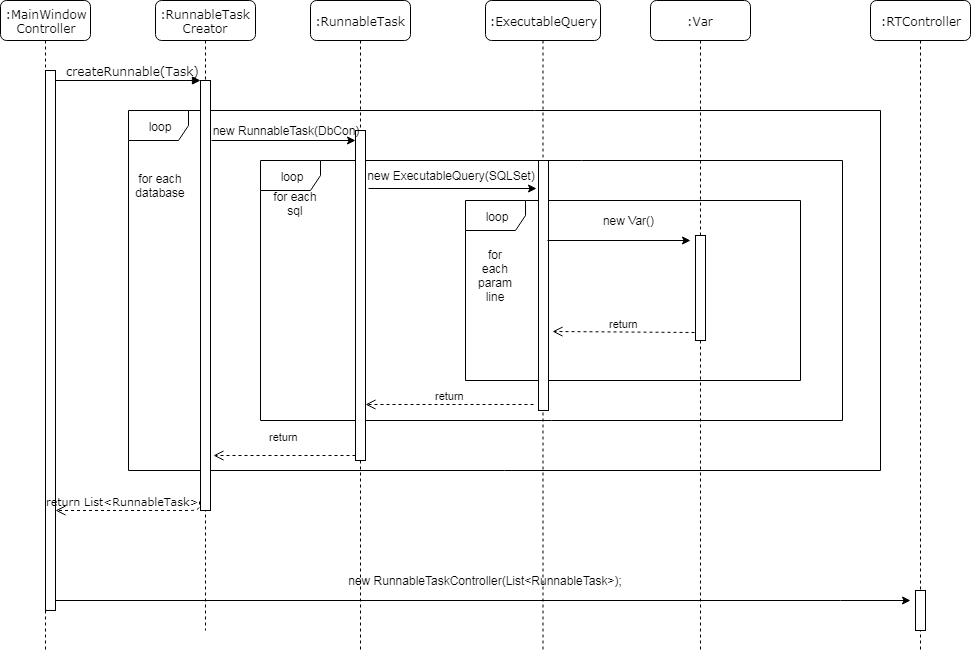
Before: docs/Figures/rtprocess.png, a diagram exported from draw.io (LukasHanusek/db-stress-test). Source tidied: cells renumbered, new cells last; positions are measured from the earlier drawing's top-left corner, leaving out a move shared by most shapes. Source of this version:
```xml
<mxGraphModel background="#ffffff">
  <root>
    <mxCell id="0" />
    <mxCell id="1" parent="0" />
    <mxCell id="2" value="loop" style="shape=umlFrame;whiteSpace=wrap;html=1;" parent="1" vertex="1">
      <mxGeometry x="128" y="110" width="752" height="360" as="geometry" />
    </mxCell>
    <mxCell id="3" value="loop" style="shape=umlFrame;whiteSpace=wrap;html=1;" parent="1" vertex="1">
      <mxGeometry x="260" y="160" width="582" height="260" as="geometry" />
    </mxCell>
    <mxCell id="4" value=":RunnableTask&lt;br&gt;Creator&lt;br&gt;" style="shape=umlLifeline;perimeter=lifelinePerimeter;whiteSpace=wrap;html=1;rounded=1;shadow=0;comic=0;labelBackgroundColor=none;strokeColor=#000000;strokeWidth=1;fillColor=#FFFFFF;fontFamily=Verdana;fontSize=12;fontColor=#000000;align=center;" parent="1" vertex="1">
      <mxGeometry x="155" width="100" height="630" as="geometry" />
    </mxCell>
    <mxCell id="5" style="html=1;points=[];perimeter=orthogonalPerimeter;rounded=0;shadow=0;comic=0;labelBackgroundColor=none;strokeColor=#000000;strokeWidth=1;fillColor=#FFFFFF;fontFamily=Verdana;fontSize=12;fontColor=#000000;align=center;" parent="4" vertex="1">
      <mxGeometry x="45" y="80" width="10" height="430" as="geometry" />
    </mxCell>
    <mxCell id="6" value=":RTController" style="shape=umlLifeline;perimeter=lifelinePerimeter;whiteSpace=wrap;html=1;rounded=1;shadow=0;comic=0;labelBackgroundColor=none;strokeColor=#000000;strokeWidth=1;fillColor=#FFFFFF;fontFamily=Verdana;fontSize=12;fontColor=#000000;align=center;" parent="1" vertex="1">
      <mxGeometry x="870" width="100" height="680" as="geometry" />
    </mxCell>
    <mxCell id="7" value=":RunnableTask" style="shape=umlLifeline;perimeter=lifelinePerimeter;whiteSpace=wrap;html=1;rounded=1;shadow=0;comic=0;labelBackgroundColor=none;strokeColor=#000000;strokeWidth=1;fillColor=#FFFFFF;fontFamily=Verdana;fontSize=12;fontColor=#000000;align=center;" parent="1" vertex="1">
      <mxGeometry x="310" width="100" height="650" as="geometry" />
    </mxCell>
    <mxCell id="8" style="html=1;points=[];perimeter=orthogonalPerimeter;rounded=0;shadow=0;comic=0;labelBackgroundColor=none;strokeColor=#000000;strokeWidth=1;fillColor=#FFFFFF;fontFamily=Verdana;fontSize=12;fontColor=#000000;align=center;" parent="7" vertex="1">
      <mxGeometry x="45" y="130" width="10" height="330" as="geometry" />
    </mxCell>
    <mxCell id="9" value=":ExecutableQuery" style="shape=umlLifeline;perimeter=lifelinePerimeter;whiteSpace=wrap;html=1;rounded=1;shadow=0;comic=0;labelBackgroundColor=none;strokeColor=#000000;strokeWidth=1;fillColor=#FFFFFF;fontFamily=Verdana;fontSize=12;fontColor=#000000;align=center;" parent="1" vertex="1">
      <mxGeometry x="485" width="115" height="660" as="geometry" />
    </mxCell>
    <mxCell id="10" value="loop" style="shape=umlFrame;whiteSpace=wrap;html=1;" parent="9" vertex="1">
      <mxGeometry x="-20" y="200" width="335" height="180" as="geometry" />
    </mxCell>
    <mxCell id="11" style="html=1;points=[];perimeter=orthogonalPerimeter;rounded=0;shadow=0;comic=0;labelBackgroundColor=none;strokeColor=#000000;strokeWidth=1;fillColor=#FFFFFF;fontFamily=Verdana;fontSize=12;fontColor=#000000;align=center;" parent="9" vertex="1">
      <mxGeometry x="53" y="160" width="10" height="250" as="geometry" />
    </mxCell>
    <mxCell id="12" value="for each param line" style="text;html=1;strokeColor=none;fillColor=none;align=center;verticalAlign=middle;whiteSpace=wrap;rounded=0;" parent="9" vertex="1">
      <mxGeometry x="-10" y="265" width="40" height="20" as="geometry" />
    </mxCell>
    <mxCell id="13" value="new Var()" style="text;html=1;strokeColor=none;fillColor=none;align=center;verticalAlign=middle;whiteSpace=wrap;rounded=0;" parent="9" vertex="1">
      <mxGeometry x="95" y="210" width="95" height="20" as="geometry" />
    </mxCell>
    <mxCell id="14" value=":MainWindow&lt;br&gt;Controller" style="shape=umlLifeline;perimeter=lifelinePerimeter;whiteSpace=wrap;html=1;rounded=1;shadow=0;comic=0;labelBackgroundColor=none;strokeColor=#000000;strokeWidth=1;fillColor=#FFFFFF;fontFamily=Verdana;fontSize=12;fontColor=#000000;align=center;" parent="1" vertex="1">
      <mxGeometry width="90" height="690" as="geometry" />
    </mxCell>
    <mxCell id="15" style="html=1;points=[];perimeter=orthogonalPerimeter;rounded=0;shadow=0;comic=0;labelBackgroundColor=none;strokeColor=#000000;strokeWidth=1;fillColor=#FFFFFF;fontFamily=Verdana;fontSize=12;fontColor=#000000;align=center;" parent="14" vertex="1">
      <mxGeometry x="45" y="70" width="10" height="540" as="geometry" />
    </mxCell>
    <mxCell id="16" value="&lt;font style=&quot;font-size: 11px&quot;&gt;return List&amp;lt;RunnableTask&amp;gt;&lt;/font&gt;" style="html=1;verticalAlign=bottom;endArrow=open;dashed=1;endSize=8;labelBackgroundColor=none;fontFamily=Verdana;fontSize=12;edgeStyle=elbowEdgeStyle;elbow=vertical;exitX=-0.1;exitY=0.98;exitDx=0;exitDy=0;exitPerimeter=0;" parent="1" edge="1" source="5" target="15">
      <mxGeometry x="0.13" relative="1" as="geometry">
        <Array as="points">
          <mxPoint x="130" y="510" />
          <mxPoint x="210" y="359.5" />
        </Array>
      </mxGeometry>
    </mxCell>
    <mxCell id="17" style="edgeStyle=orthogonalEdgeStyle;rounded=0;jettySize=auto;html=1;" parent="1" edge="1" source="15">
      <mxGeometry relative="1" as="geometry">
        <mxPoint x="910" y="600" as="targetPoint" />
        <Array as="points">
          <mxPoint x="840" y="600" />
          <mxPoint x="840" y="600" />
        </Array>
      </mxGeometry>
    </mxCell>
    <mxCell id="18" value="new RunnableTaskController(List&amp;lt;RunnableTask&amp;gt;);" style="text;html=1;strokeColor=none;fillColor=none;align=center;verticalAlign=middle;whiteSpace=wrap;rounded=0;" parent="1" vertex="1">
      <mxGeometry x="340" y="570" width="290" height="20" as="geometry" />
    </mxCell>
    <mxCell id="19" value="for each database" style="text;html=1;strokeColor=none;fillColor=none;align=center;verticalAlign=middle;whiteSpace=wrap;rounded=0;" parent="1" vertex="1">
      <mxGeometry x="140" y="175" width="40" height="20" as="geometry" />
    </mxCell>
    <mxCell id="20" style="endArrow=classic;html=1;" parent="1" edge="1" target="8">
      <mxGeometry relative="1" as="geometry">
        <mxPoint x="211" y="140" as="sourcePoint" />
      </mxGeometry>
    </mxCell>
    <mxCell id="21" value="new RunnableTask(DbCon)" style="text;html=1;strokeColor=none;fillColor=none;align=center;verticalAlign=middle;whiteSpace=wrap;rounded=0;" parent="1" vertex="1">
      <mxGeometry x="205" y="120" width="160" height="20" as="geometry" />
    </mxCell>
    <mxCell id="22" value="return" style="html=1;verticalAlign=bottom;endArrow=open;dashed=1;endSize=8;exitX=0;exitY=0.985;exitDx=0;exitDy=0;exitPerimeter=0;" parent="1" edge="1" source="8">
      <mxGeometry x="0.01" y="-10" relative="1" as="geometry">
        <mxPoint x="213" y="455" as="targetPoint" />
      </mxGeometry>
    </mxCell>
    <mxCell id="23" value="for each sql&lt;br&gt;&lt;br&gt;" style="text;html=1;strokeColor=none;fillColor=none;align=center;verticalAlign=middle;whiteSpace=wrap;rounded=0;" parent="1" vertex="1">
      <mxGeometry x="270" y="200" width="50" height="20" as="geometry" />
    </mxCell>
    <mxCell id="24" style="endArrow=classic;html=1;entryX=0.925;entryY=1.15;entryDx=0;entryDy=0;entryPerimeter=0;" parent="1" edge="1" target="25">
      <mxGeometry relative="1" as="geometry">
        <mxPoint x="368" y="188" as="sourcePoint" />
      </mxGeometry>
    </mxCell>
    <mxCell id="25" value="new ExecutableQuery(SQLSet)" style="text;html=1;strokeColor=none;fillColor=none;align=center;verticalAlign=middle;whiteSpace=wrap;rounded=0;" parent="1" vertex="1">
      <mxGeometry x="351" y="165" width="200" height="20" as="geometry" />
    </mxCell>
    <mxCell id="26" value="return" style="html=1;verticalAlign=bottom;endArrow=open;dashed=1;endSize=8;exitX=-0.5;exitY=0.975;exitDx=0;exitDy=0;exitPerimeter=0;" parent="1" edge="1" source="11" target="8">
      <mxGeometry relative="1" as="geometry" />
    </mxCell>
    <mxCell id="27" value="createRunnable(Task)" style="html=1;verticalAlign=bottom;endArrow=block;entryX=0;entryY=0;labelBackgroundColor=none;fontFamily=Verdana;fontSize=12;edgeStyle=elbowEdgeStyle;elbow=vertical;" parent="1" edge="1" source="15" target="5">
      <mxGeometry x="0.06" relative="1" as="geometry" />
    </mxCell>
    <mxCell id="28" value=":Var" style="shape=umlLifeline;perimeter=lifelinePerimeter;whiteSpace=wrap;html=1;rounded=1;shadow=0;comic=0;labelBackgroundColor=none;strokeColor=#000000;strokeWidth=1;fillColor=#FFFFFF;fontFamily=Verdana;fontSize=12;fontColor=#000000;align=center;" parent="1" vertex="1">
      <mxGeometry x="650" width="100" height="650" as="geometry" />
    </mxCell>
    <mxCell id="29" style="html=1;points=[];perimeter=orthogonalPerimeter;rounded=0;shadow=0;comic=0;labelBackgroundColor=none;strokeColor=#000000;strokeWidth=1;fillColor=#FFFFFF;fontFamily=Verdana;fontSize=12;fontColor=#000000;align=center;" parent="28" vertex="1">
      <mxGeometry x="45" y="235" width="10" height="105" as="geometry" />
    </mxCell>
    <mxCell id="30" style="html=1;perimeter=orthogonalPerimeter;rounded=0;shadow=0;comic=0;labelBackgroundColor=none;strokeColor=#000000;strokeWidth=1;fillColor=#FFFFFF;fontFamily=Verdana;fontSize=12;fontColor=#000000;align=center;" parent="1" vertex="1">
      <mxGeometry x="915" y="590" width="10" height="40" as="geometry" />
    </mxCell>
    <mxCell id="31" style="endArrow=classic;html=1;exitX=0.9;exitY=0.319;exitDx=0;exitDy=0;exitPerimeter=0;" parent="1" edge="1" source="11">
      <mxGeometry relative="1" as="geometry">
        <mxPoint x="690" y="240" as="targetPoint" />
      </mxGeometry>
    </mxCell>
    <mxCell id="32" value="return" style="html=1;verticalAlign=bottom;endArrow=open;dashed=1;endSize=8;exitX=-0.1;exitY=0.924;exitDx=0;exitDy=0;exitPerimeter=0;" parent="1" edge="1" source="29">
      <mxGeometry relative="1" as="geometry">
        <mxPoint x="552" y="331" as="targetPoint" />
      </mxGeometry>
    </mxCell>
  </root>
</mxGraphModel>
```
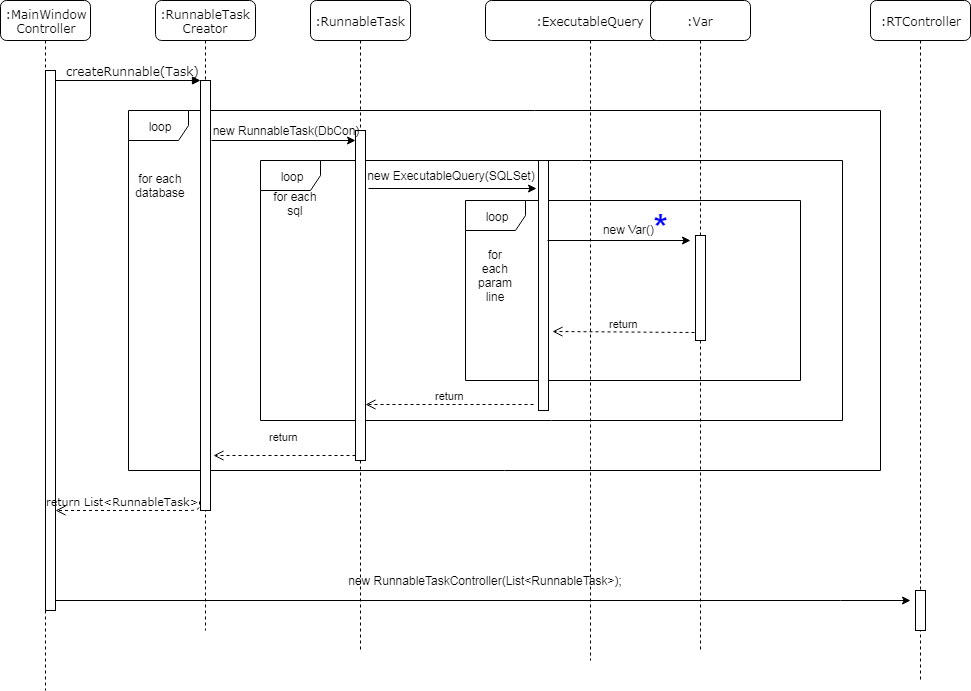
After the commit.

Diff of the diagram source:
```diff
@@ -24,7 +24,7 @@
       <mxGeometry x="45" y="130" width="10" height="330" as="geometry" />
     </mxCell>
     <mxCell id="9" value=":ExecutableQuery" style="shape=umlLifeline;perimeter=lifelinePerimeter;whiteSpace=wrap;html=1;rounded=1;shadow=0;comic=0;labelBackgroundColor=none;strokeColor=#000000;strokeWidth=1;fillColor=#FFFFFF;fontFamily=Verdana;fontSize=12;fontColor=#000000;align=center;" parent="1" vertex="1">
-      <mxGeometry x="485" width="115" height="660" as="geometry" />
+      <mxGeometry x="485" width="210" height="660" as="geometry" />
     </mxCell>
     <mxCell id="10" value="loop" style="shape=umlFrame;whiteSpace=wrap;html=1;" parent="9" vertex="1">
       <mxGeometry x="-20" y="200" width="335" height="180" as="geometry" />
@@ -36,8 +36,11 @@
       <mxGeometry x="-10" y="265" width="40" height="20" as="geometry" />
     </mxCell>
     <mxCell id="13" value="new Var()" style="text;html=1;strokeColor=none;fillColor=none;align=center;verticalAlign=middle;whiteSpace=wrap;rounded=0;" parent="9" vertex="1">
-      <mxGeometry x="95" y="210" width="95" height="20" as="geometry" />
+      <mxGeometry x="95" y="219" width="95" height="20" as="geometry" />
     </mxCell>
+    <mxCell id="33" value="&lt;font style=&quot;font-size: 36px&quot; color=&quot;#0000ff&quot;&gt;*&lt;/font&gt;" style="text;html=1;strokeColor=none;fillColor=none;align=center;verticalAlign=middle;whiteSpace=wrap;rounded=0;fontStyle=1;" parent="9" vertex="1">
+      <mxGeometry x="155" y="216" width="40" height="20" as="geometry" />
+    </mxCell>
     <mxCell id="14" value=":MainWindow&lt;br&gt;Controller" style="shape=umlLifeline;perimeter=lifelinePerimeter;whiteSpace=wrap;html=1;rounded=1;shadow=0;comic=0;labelBackgroundColor=none;strokeColor=#000000;strokeWidth=1;fillColor=#FFFFFF;fontFamily=Verdana;fontSize=12;fontColor=#000000;align=center;" parent="1" vertex="1">
       <mxGeometry width="90" height="690" as="geometry" />
     </mxCell>
```
